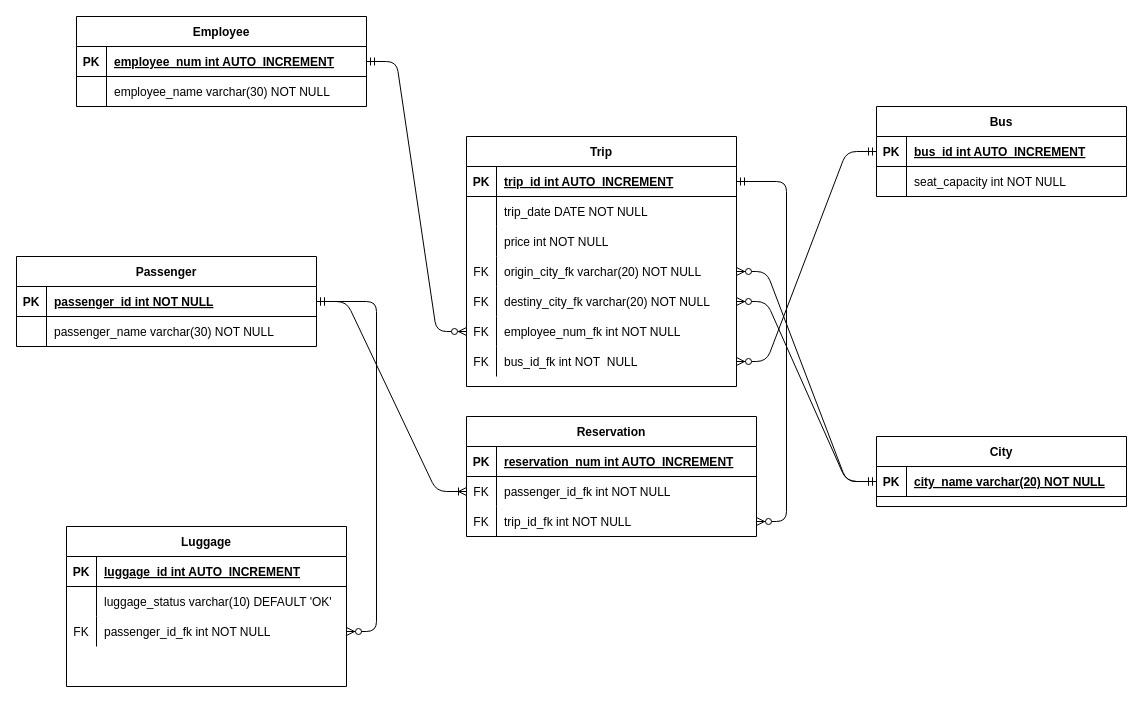
This is TripRelationalDataBase.drawio from Santiagitk10/Trips, a draw.io file, before an edit. Source tidied: cells renumbered, new cells numbered last; positions are measured from the earlier drawing's top-left corner, leaving out a move shared by most shapes. Both pictures are drawn from the tidied source at 100%, with x=0, y=0 at pixel (16, 16).
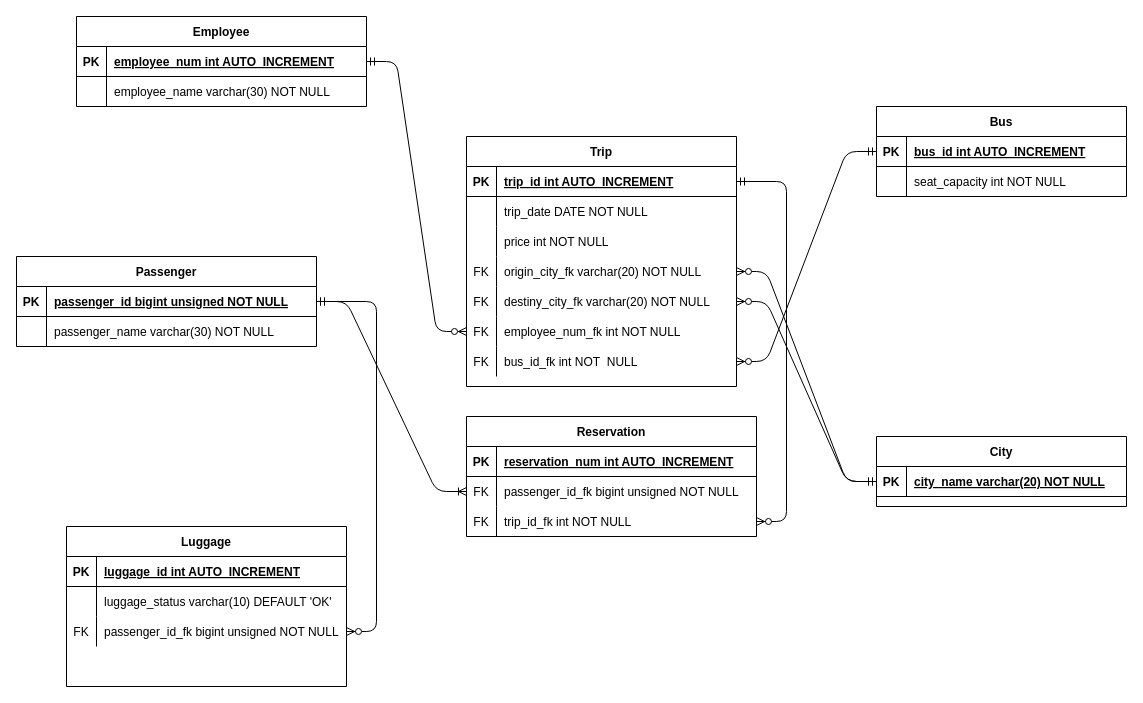
The same page after the edit.

Commit message (it also covers changes not shown here):
Completed Employee and Passenger. Refactored set table method with polymorphism

The change refers to these unchanged cells:
```xml
<mxCell id="3" style="shape=partialRectangle;fillColor=none;top=0;left=0;bottom=1;right=0;points=[[0,0.5],[1,0.5]];portConstraint=eastwest;" parent="2" vertex="1">
  <mxGeometry y="30" width="300" height="30" as="geometry" />
</mxCell>
<mxCell id="23" style="shape=partialRectangle;fillColor=none;top=0;left=0;bottom=0;right=0;points=[[0,0.5],[1,0.5]];portConstraint=eastwest;" parent="16" vertex="1">
  <mxGeometry y="90" width="280" height="30" as="geometry" />
</mxCell>
<mxCell id="42" style="shape=partialRectangle;fillColor=none;top=0;left=0;bottom=0;right=0;points=[[0,0.5],[1,0.5]];portConstraint=eastwest;" parent="38" vertex="1">
  <mxGeometry y="60" width="290" height="30" as="geometry" />
</mxCell>
```

Change to the diagram source:
```diff
@@
-    <mxCell id="5" value="passenger_id int NOT NULL" style="shape=partialRectangle;fillColor=none;top=0;left=0;bottom=0;right=0;align=left;spacingLeft=6;fontStyle=5;overflow=hidden;" parent="3" vertex="1">
+    <mxCell id="5" value="passenger_id bigint unsigned NOT NULL" style="shape=partialRectangle;fillColor=none;top=0;left=0;bottom=0;right=0;align=left;spacingLeft=6;fontStyle=5;overflow=hidden;" parent="3" vertex="1">
       <mxGeometry x="30" width="270" height="30" as="geometry" />
     </mxCell>
@@
-    <mxCell id="25" value="passenger_id_fk int NOT NULL" style="shape=partialRectangle;fillColor=none;top=0;left=0;bottom=0;right=0;align=left;spacingLeft=6;overflow=hidden;" parent="23" vertex="1">
+    <mxCell id="25" value="passenger_id_fk bigint unsigned NOT NULL" style="shape=partialRectangle;fillColor=none;top=0;left=0;bottom=0;right=0;align=left;spacingLeft=6;overflow=hidden;" parent="23" vertex="1">
       <mxGeometry x="30" width="250" height="30" as="geometry" />
     </mxCell>
@@
-    <mxCell id="44" value="passenger_id_fk int NOT NULL" style="shape=partialRectangle;fillColor=none;top=0;left=0;bottom=0;right=0;align=left;spacingLeft=6;overflow=hidden;" parent="42" vertex="1">
+    <mxCell id="44" value="passenger_id_fk bigint unsigned NOT NULL" style="shape=partialRectangle;fillColor=none;top=0;left=0;bottom=0;right=0;align=left;spacingLeft=6;overflow=hidden;" parent="42" vertex="1">
       <mxGeometry x="30" width="260" height="30" as="geometry" />
     </mxCell>
```
